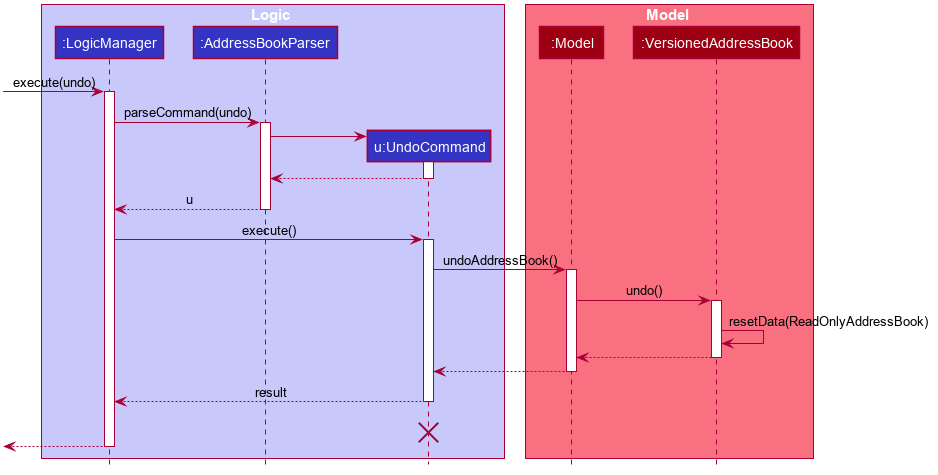
Above: docs/images/UndoSequenceDiagram.png in nus-cs2103-AY2425S1/tp (PlantUML), before the change. The source it was exported from:
```plantuml
@startuml








skinparam BackgroundColor #FFFFFFF

skinparam Shadowing false

skinparam Class {
    FontColor #FFFFFF
    BorderThickness 1
    BorderColor #FFFFFF
    StereotypeFontColor #FFFFFF
    FontName Arial
}

skinparam Actor {
    BorderColor #000000
    Color #000000
    FontName Arial
}

skinparam Sequence {
    MessageAlign center
    BoxFontSize 15
    BoxPadding 0
    BoxFontColor #FFFFFF
    FontName Arial
}

skinparam Participant {
    FontColor #FFFFFFF
    Padding 20
}

skinparam MinClassWidth 50
skinparam ParticipantPadding 10
skinparam Shadowing false
skinparam DefaultTextAlignment center
skinparam packageStyle Rectangle

hide footbox
hide members
hide circle

box Logic #C8C8FA
participant ":LogicManager" as LogicManager #3333C4
participant ":AddressBookParser" as AddressBookParser #3333C4
participant "u:UndoCommand" as UndoCommand #3333C4
end box

box Model #F97181
participant ":Model" as Model #9D0012
participant ":VersionedAddressBook" as VersionedAddressBook #9D0012
end box
[-> LogicManager : execute(undo)
activate LogicManager

LogicManager -> AddressBookParser : parseCommand(undo)
activate AddressBookParser

create UndoCommand
AddressBookParser -> UndoCommand
activate UndoCommand

UndoCommand --> AddressBookParser
deactivate UndoCommand

AddressBookParser --> LogicManager : u
deactivate AddressBookParser

LogicManager -> UndoCommand : execute()
activate UndoCommand

UndoCommand -> Model : undoAddressBook()
activate Model

Model -> VersionedAddressBook : undo()
activate VersionedAddressBook

VersionedAddressBook -> VersionedAddressBook :resetData(ReadOnlyAddressBook)
VersionedAddressBook --> Model :
deactivate VersionedAddressBook

Model --> UndoCommand
deactivate Model

UndoCommand --> LogicManager : result
deactivate UndoCommand
UndoCommand -[hidden]-> LogicManager : result
destroy UndoCommand

[<--LogicManager
deactivate LogicManager
@enduml
```
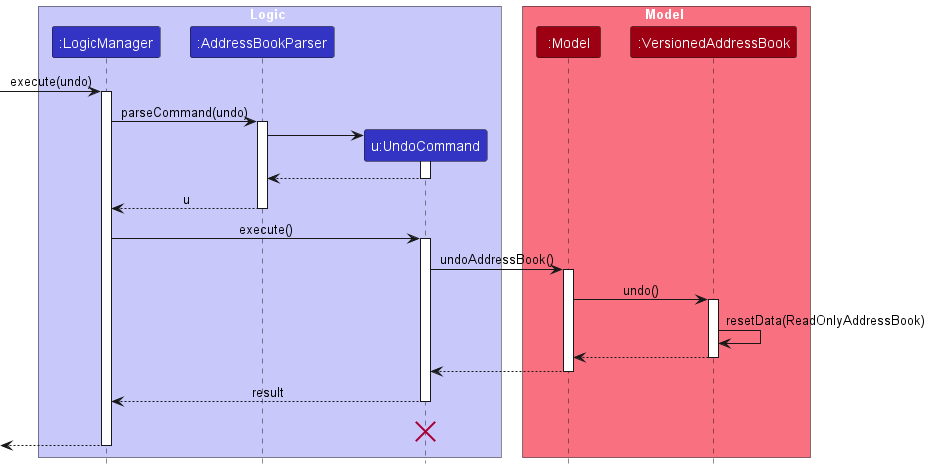
The same file after the commit.

Diff of the diagram source:
```diff
@@ -1,62 +1,16 @@
 @startuml
+!include style.puml
+skinparam ArrowFontStyle plain
 
-
-
-
-
-
-
-
-skinparam BackgroundColor #FFFFFFF
-
-skinparam Shadowing false
-
-skinparam Class {
-    FontColor #FFFFFF
-    BorderThickness 1
-    BorderColor #FFFFFF
-    StereotypeFontColor #FFFFFF
-    FontName Arial
-}
-
-skinparam Actor {
-    BorderColor #000000
-    Color #000000
-    FontName Arial
-}
-
-skinparam Sequence {
-    MessageAlign center
-    BoxFontSize 15
-    BoxPadding 0
-    BoxFontColor #FFFFFF
-    FontName Arial
-}
-
-skinparam Participant {
-    FontColor #FFFFFFF
-    Padding 20
-}
-
-skinparam MinClassWidth 50
-skinparam ParticipantPadding 10
-skinparam Shadowing false
-skinparam DefaultTextAlignment center
-skinparam packageStyle Rectangle
-
-hide footbox
-hide members
-hide circle
-
-box Logic #C8C8FA
-participant ":LogicManager" as LogicManager #3333C4
-participant ":AddressBookParser" as AddressBookParser #3333C4
-participant "u:UndoCommand" as UndoCommand #3333C4
+box Logic LOGIC_COLOR_T1
+participant ":LogicManager" as LogicManager LOGIC_COLOR
+participant ":AddressBookParser" as AddressBookParser LOGIC_COLOR
+participant "u:UndoCommand" as UndoCommand LOGIC_COLOR
 end box
 
-box Model #F97181
-participant ":Model" as Model #9D0012
-participant ":VersionedAddressBook" as VersionedAddressBook #9D0012
+box Model MODEL_COLOR_T1
+participant ":Model" as Model MODEL_COLOR
+participant ":VersionedAddressBook" as VersionedAddressBook MODEL_COLOR
 end box
 [-> LogicManager : execute(undo)
 activate LogicManager
```
